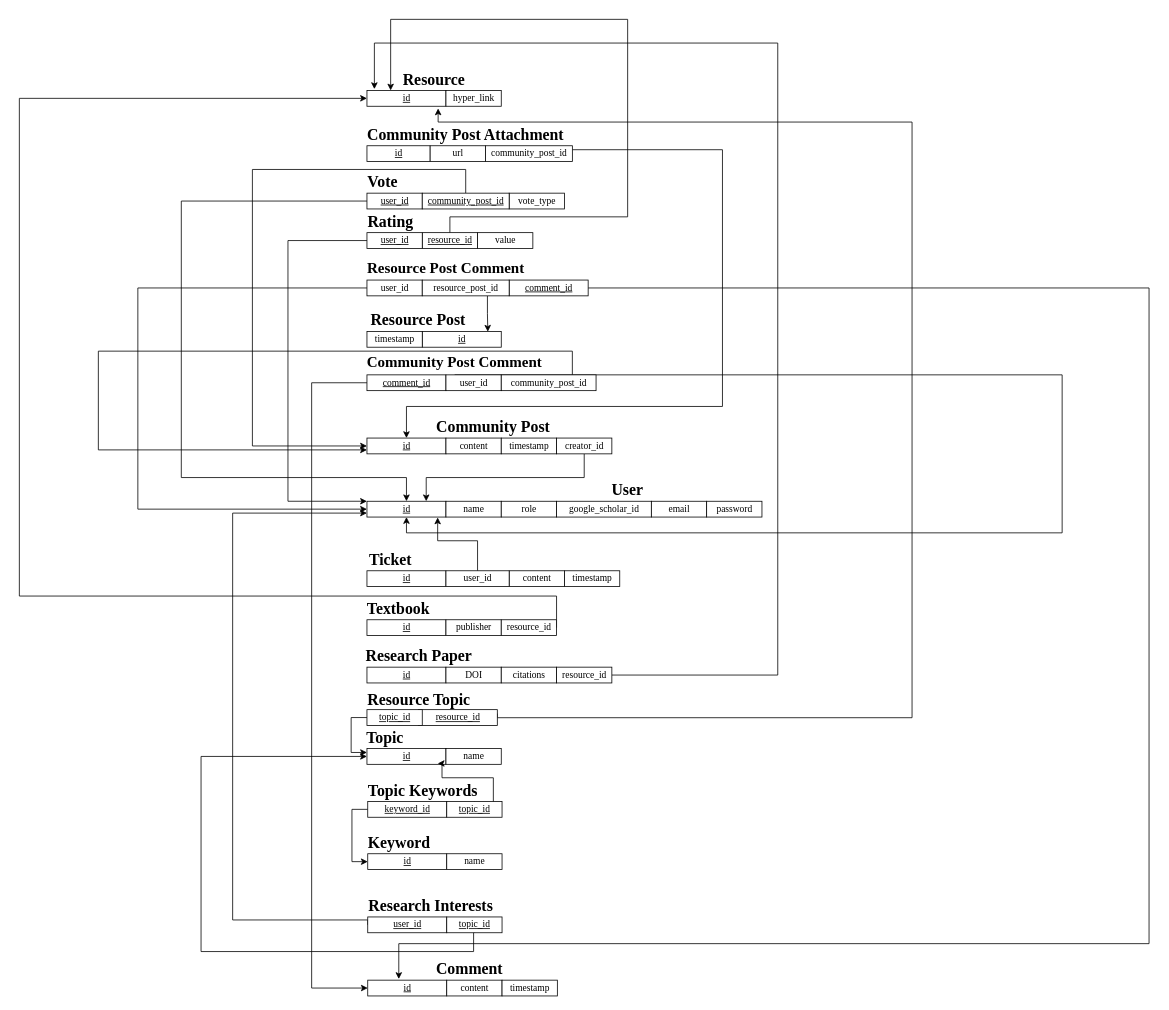
Before: Project Design/Database Schema/Schema.drawio in muhammed-ayman/ScholarStack, a draw.io diagram. Source tidied: cells renumbered, new cells numbered last; positions are measured from the earlier drawing's top-left corner, leaving out a move shared by most shapes. Both pictures are drawn from the tidied source at 79%, with x=0, y=0 at pixel (19, 19).
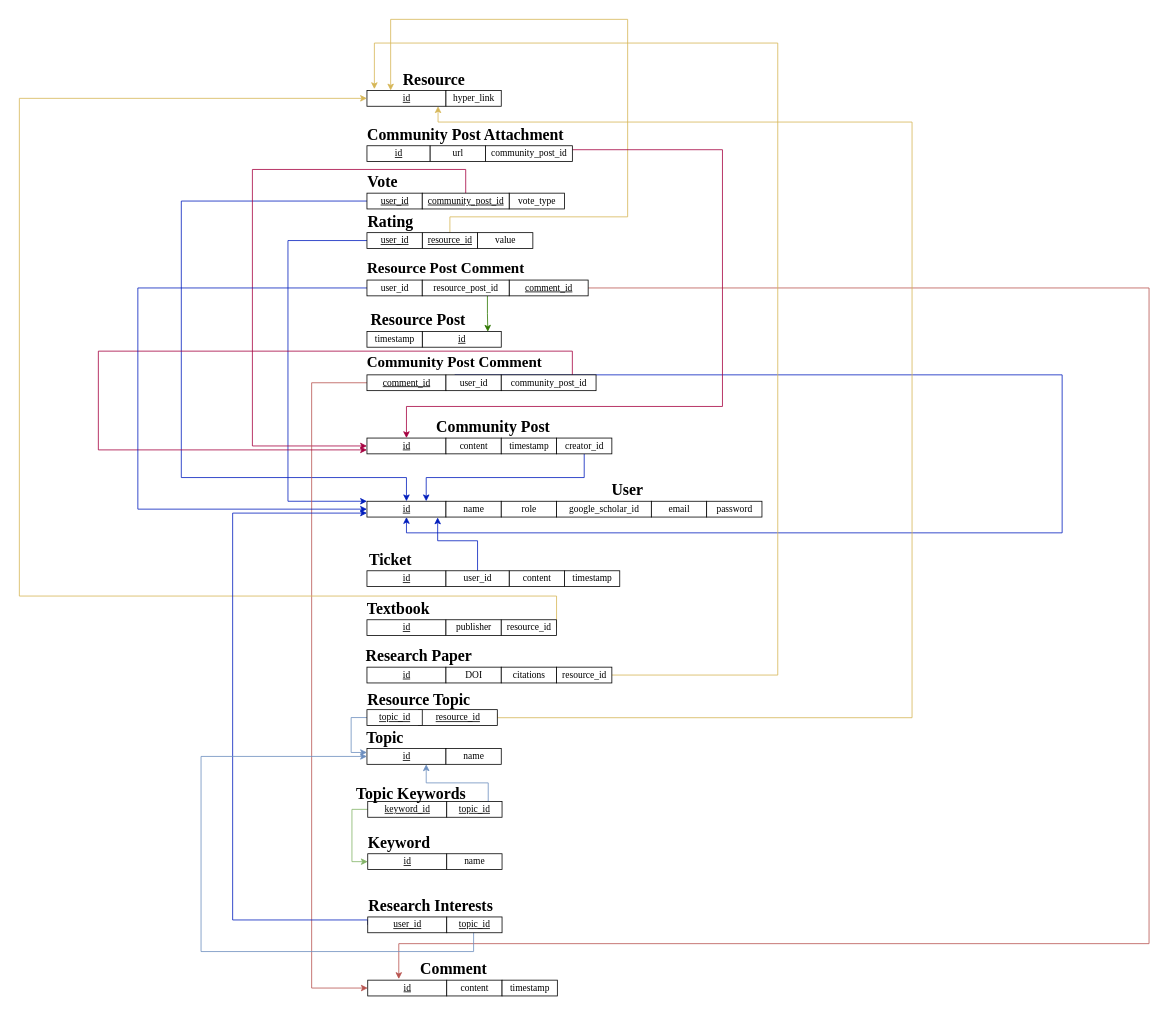
After the change.

The change refers to these unchanged cells:
```xml
<mxCell id="2" value="&lt;span&gt;id&lt;/span&gt;" style="strokeWidth=1;fontStyle=4;html=1;fontFamily=Times New Roman;" parent="1" vertex="1">
<mxCell id="9" value="id" style="strokeWidth=1;fontStyle=4;html=1;fontFamily=Times New Roman;" parent="1" vertex="1">
<mxCell id="13" value="id" style="strokeWidth=1;fontStyle=4;html=1;fontFamily=Times New Roman;" parent="1" vertex="1">
<mxCell id="15" value="Resource" style="text;strokeColor=none;align=center;fillColor=none;html=1;verticalAlign=middle;whiteSpace=wrap;rounded=0;sketch=1;hachureGap=4;jiggle=2;curveFitting=1;fontFamily=Times New Roman;fontSize=20;fontStyle=1;" parent="1" vertex="1">
<mxCell id="16" value="id" style="strokeWidth=1;fontStyle=4;html=1;fontFamily=Times New Roman;" parent="1" vertex="1">
<mxCell id="26" value="id" style="strokeWidth=1;fontStyle=4;html=1;fontFamily=Times New Roman;" parent="1" vertex="1">
<mxCell id="31" value="resource_id" style="strokeWidth=1;fontStyle=4;html=1;fontFamily=Times New Roman;" parent="1" vertex="1">
<mxCell id="34" value="user_id" style="strokeWidth=1;fontStyle=4;html=1;fontFamily=Times New Roman;" parent="1" vertex="1">
<mxCell id="39" value="user_id" style="strokeWidth=1;fontStyle=4;html=1;fontFamily=Times New Roman;" parent="1" vertex="1">
<mxCell id="41" value="community_post_id" style="strokeWidth=1;fontStyle=4;html=1;fontFamily=Times New Roman;" parent="1" vertex="1">
<mxCell id="47" value="user_id" style="strokeWidth=1;fontStyle=0;html=1;fontFamily=Times New Roman;" parent="1" vertex="1">
<mxCell id="49" value="comment_id" style="strokeWidth=1;fontStyle=4;html=1;fontFamily=Times New Roman;" parent="1" vertex="1">
<mxCell id="52" value="Community Post Comment" style="text;strokeColor=none;align=center;fillColor=none;html=1;verticalAlign=middle;whiteSpace=wrap;rounded=0;sketch=1;hachureGap=4;jiggle=2;curveFitting=1;fontFamily=Times New Roman;fontSize=19;fontStyle=1;" parent="1" vertex="1">
<mxCell id="54" value="community_post_id" style="strokeWidth=1;fontStyle=0;html=1;fontFamily=Times New Roman;" parent="1" vertex="1">
<mxCell id="56" value="comment_id" style="strokeWidth=1;fontStyle=4;html=1;fontFamily=Times New Roman;" parent="1" vertex="1">
<mxCell id="58" value="user_id" style="strokeWidth=1;fontStyle=0;html=1;fontFamily=Times New Roman;" parent="1" vertex="1">
<mxCell id="61" value="resource_post_id" style="strokeWidth=1;fontStyle=0;html=1;fontFamily=Times New Roman;" parent="1" vertex="1">
<mxCell id="63" value="resource_id" style="strokeWidth=1;fontStyle=0;html=1;fontFamily=Times New Roman;" parent="1" vertex="1">
<mxCell id="65" value="resource_id" style="strokeWidth=1;fontStyle=0;html=1;fontFamily=Times New Roman;" parent="1" vertex="1">
<mxCell id="67" value="creator_id" style="strokeWidth=1;fontStyle=0;html=1;fontFamily=Times New Roman;" parent="1" vertex="1">
<mxCell id="72" value="community_post_id" style="strokeWidth=1;fontStyle=0;html=1;fontFamily=Times New Roman;" parent="1" vertex="1">
<mxCell id="73" value="id" style="strokeWidth=1;fontStyle=4;html=1;fontFamily=Times New Roman;" parent="1" vertex="1">
<mxCell id="76" value="id" style="strokeWidth=1;fontStyle=4;html=1;fontFamily=Times New Roman;" parent="1" vertex="1">
<mxCell id="80" value="keyword_id" style="strokeWidth=1;fontStyle=4;html=1;fontFamily=Times New Roman;" parent="1" vertex="1">
<mxCell id="82" value="topic_id" style="strokeWidth=1;fontStyle=4;html=1;fontFamily=Times New Roman;" parent="1" vertex="1">
<mxCell id="85" value="resource_id" style="strokeWidth=1;fontStyle=4;html=1;fontFamily=Times New Roman;" parent="1" vertex="1">
<mxCell id="87" value="topic_id" style="strokeWidth=1;fontStyle=4;html=1;fontFamily=Times New Roman;" parent="1" vertex="1">
<mxCell id="90" value="user_id" style="strokeWidth=1;fontStyle=4;html=1;fontFamily=Times New Roman;" parent="1" vertex="1">
<mxCell id="92" value="topic_id" style="strokeWidth=1;fontStyle=4;html=1;fontFamily=Times New Roman;" parent="1" vertex="1">
```

Change to the diagram source:
```diff
@@
     <mxCell id="28" value="Comment" style="text;strokeColor=none;align=center;fillColor=none;html=1;verticalAlign=middle;whiteSpace=wrap;rounded=0;sketch=1;hachureGap=4;jiggle=2;curveFitting=1;fontFamily=Times New Roman;fontSize=20;fontStyle=1;" parent="1" vertex="1">
-      <mxGeometry x="515" y="1186.2" width="110" height="30" as="geometry" />
+      <mxGeometry x="495" y="1186.2" width="110" height="30" as="geometry" />
     </mxCell>
@@
-    <mxCell id="30" style="edgeStyle=orthogonalEdgeStyle;rounded=0;jettySize=auto;html=1;fontFamily=Times New Roman;fontSize=19;exitX=0.5;exitY=0;exitDx=0;exitDy=0;entryX=0;entryY=1;entryDx=0;entryDy=0;" parent="1" edge="1" source="31" target="15">
+    <mxCell id="30" style="edgeStyle=orthogonalEdgeStyle;rounded=0;jettySize=auto;html=1;fontFamily=Times New Roman;fontSize=19;exitX=0.5;exitY=0;exitDx=0;exitDy=0;entryX=0;entryY=1;entryDx=0;entryDy=0;fillColor=#fff2cc;strokeColor=#d6b656;" parent="1" edge="1" source="31" target="15">
       <mxGeometry relative="1" as="geometry">
         <Array as="points">
           <mxPoint x="545" y="250" />
           <mxPoint x="770" y="250" />
           <mxPoint x="770" />
           <mxPoint x="470" />
         </Array>
       </mxGeometry>
     </mxCell>
@@
-    <mxCell id="33" style="edgeStyle=orthogonalEdgeStyle;rounded=0;jettySize=auto;html=1;fontFamily=Times New Roman;fontSize=19;exitX=0;exitY=0.5;exitDx=0;exitDy=0;" parent="1" edge="1" source="34" target="2">
+    <mxCell id="33" style="edgeStyle=orthogonalEdgeStyle;rounded=0;jettySize=auto;html=1;fontFamily=Times New Roman;fontSize=19;exitX=0;exitY=0.5;exitDx=0;exitDy=0;fillColor=#0050ef;strokeColor=#001DBC;" parent="1" edge="1" source="34" target="2">
       <mxGeometry relative="1" as="geometry">
         <Array as="points">
           <mxPoint x="340" y="280" />
           <mxPoint x="340" y="610" />
         </Array>
       </mxGeometry>
     </mxCell>
@@
-    <mxCell id="38" style="edgeStyle=orthogonalEdgeStyle;rounded=0;jettySize=auto;html=1;entryX=0.5;entryY=0;entryDx=0;entryDy=0;fontFamily=Times New Roman;fontSize=19;" parent="1" edge="1" source="39" target="2">
+    <mxCell id="38" style="edgeStyle=orthogonalEdgeStyle;rounded=0;jettySize=auto;html=1;entryX=0.5;entryY=0;entryDx=0;entryDy=0;fontFamily=Times New Roman;fontSize=19;fillColor=#0050ef;strokeColor=#001DBC;" parent="1" edge="1" source="39" target="2">
       <mxGeometry relative="1" as="geometry">
         <Array as="points">
           <mxPoint x="205" y="230" />
           <mxPoint x="205" y="580" />
           <mxPoint x="490" y="580" />
         </Array>
       </mxGeometry>
     </mxCell>
@@
-    <mxCell id="40" style="edgeStyle=orthogonalEdgeStyle;rounded=0;jettySize=auto;html=1;fontFamily=Times New Roman;fontSize=19;" parent="1" edge="1" source="41" target="9">
+    <mxCell id="40" style="edgeStyle=orthogonalEdgeStyle;rounded=0;jettySize=auto;html=1;fontFamily=Times New Roman;fontSize=19;fillColor=#d80073;strokeColor=#A50040;" parent="1" edge="1" source="41" target="9">
       <mxGeometry relative="1" as="geometry">
         <Array as="points">
           <mxPoint x="565" y="190" />
           <mxPoint x="295" y="190" />
           <mxPoint x="295" y="540" />
         </Array>
       </mxGeometry>
     </mxCell>
@@
-    <mxCell id="46" style="edgeStyle=orthogonalEdgeStyle;rounded=0;jettySize=auto;html=1;entryX=0.895;entryY=1.027;entryDx=0;entryDy=0;entryPerimeter=0;fontFamily=Times New Roman;fontSize=19;exitX=0.5;exitY=0;exitDx=0;exitDy=0;" parent="1" edge="1" source="47" target="2">
+    <mxCell id="46" style="edgeStyle=orthogonalEdgeStyle;rounded=0;jettySize=auto;html=1;entryX=0.895;entryY=1.027;entryDx=0;entryDy=0;entryPerimeter=0;fontFamily=Times New Roman;fontSize=19;exitX=0.5;exitY=0;exitDx=0;exitDy=0;fillColor=#0050ef;strokeColor=#001DBC;" parent="1" edge="1" source="47" target="2">
       <mxGeometry relative="1" as="geometry">
         <Array as="points">
           <mxPoint x="580" y="660" />
           <mxPoint x="530" y="660" />
         </Array>
       </mxGeometry>
     </mxCell>
@@
-    <mxCell id="48" style="edgeStyle=orthogonalEdgeStyle;rounded=0;jettySize=auto;html=1;entryX=0;entryY=0.5;entryDx=0;entryDy=0;fontFamily=Times New Roman;fontSize=16;exitX=0;exitY=0.5;exitDx=0;exitDy=0;horizontal=0;" parent="1" edge="1" source="49" target="26">
+    <mxCell id="48" style="edgeStyle=orthogonalEdgeStyle;rounded=0;jettySize=auto;html=1;entryX=0;entryY=0.5;entryDx=0;entryDy=0;fontFamily=Times New Roman;fontSize=16;exitX=0;exitY=0.5;exitDx=0;exitDy=0;horizontal=0;fillColor=#f8cecc;strokeColor=#b85450;fontStyle=1;" parent="1" edge="1" source="49" target="26">
       <mxGeometry relative="1" as="geometry">
         <Array as="points">
           <mxPoint x="370" y="460" />
           <mxPoint x="370" y="1226" />
         </Array>
       </mxGeometry>
     </mxCell>
@@
-    <mxCell id="50" style="edgeStyle=orthogonalEdgeStyle;rounded=0;jettySize=auto;html=1;entryX=0.5;entryY=1;entryDx=0;entryDy=0;fontFamily=Times New Roman;fontSize=19;exitX=0.5;exitY=1;exitDx=0;exitDy=0;" parent="1" edge="1" source="52" target="2">
+    <mxCell id="50" style="edgeStyle=orthogonalEdgeStyle;rounded=0;jettySize=auto;html=1;entryX=0.5;entryY=1;entryDx=0;entryDy=0;fontFamily=Times New Roman;fontSize=19;exitX=0.5;exitY=1;exitDx=0;exitDy=0;fillColor=#0050ef;strokeColor=#001DBC;" parent="1" edge="1" source="52" target="2">
       <mxGeometry relative="1" as="geometry">
         <Array as="points">
           <mxPoint x="1320" y="650" />
           <mxPoint x="490" y="650" />
         </Array>
       </mxGeometry>
     </mxCell>
@@
-    <mxCell id="53" style="edgeStyle=orthogonalEdgeStyle;rounded=0;jettySize=auto;html=1;fontFamily=Times New Roman;fontSize=19;exitX=0.75;exitY=0;exitDx=0;exitDy=0;entryX=0;entryY=0.75;entryDx=0;entryDy=0;" parent="1" edge="1" source="54" target="9">
+    <mxCell id="53" style="edgeStyle=orthogonalEdgeStyle;rounded=0;jettySize=auto;html=1;fontFamily=Times New Roman;fontSize=19;exitX=0.75;exitY=0;exitDx=0;exitDy=0;entryX=0;entryY=0.75;entryDx=0;entryDy=0;fillColor=#d80073;strokeColor=#A50040;" parent="1" edge="1" source="54" target="9">
       <mxGeometry relative="1" as="geometry">
         <Array as="points">
           <mxPoint x="700" y="420" />
           <mxPoint x="100" y="420" />
           <mxPoint x="100" y="545" />
         </Array>
       </mxGeometry>
     </mxCell>
@@
-    <mxCell id="55" style="edgeStyle=orthogonalEdgeStyle;rounded=0;jettySize=auto;html=1;exitX=1;exitY=0.5;exitDx=0;exitDy=0;fontFamily=Times New Roman;entryX=0.393;entryY=-0.072;entryDx=0;entryDy=0;entryPerimeter=0;" parent="1" edge="1" source="56" target="26">
+    <mxCell id="55" style="edgeStyle=orthogonalEdgeStyle;rounded=0;jettySize=auto;html=1;exitX=1;exitY=0.5;exitDx=0;exitDy=0;fontFamily=Times New Roman;entryX=0.393;entryY=-0.072;entryDx=0;entryDy=0;entryPerimeter=0;fillColor=#f8cecc;strokeColor=#b85450;" parent="1" edge="1" source="56" target="26">
       <mxGeometry relative="1" as="geometry">
         <Array as="points">
           <mxPoint x="1430" y="340" />
           <mxPoint x="1430" y="1170" />
           <mxPoint x="480" y="1170" />
         </Array>
       </mxGeometry>
     </mxCell>
@@
-    <mxCell id="57" style="edgeStyle=orthogonalEdgeStyle;rounded=0;jettySize=auto;html=1;fontFamily=Times New Roman;fontSize=19;exitX=0;exitY=0.5;exitDx=0;exitDy=0;" parent="1" edge="1" source="58">
+    <mxCell id="57" style="edgeStyle=orthogonalEdgeStyle;rounded=0;jettySize=auto;html=1;fontFamily=Times New Roman;fontSize=19;exitX=0;exitY=0.5;exitDx=0;exitDy=0;fillColor=#0050ef;strokeColor=#001DBC;" parent="1" edge="1" source="58">
       <mxGeometry relative="1" as="geometry">
         <mxPoint x="440" y="620" as="targetPoint" />
         <Array as="points">
           <mxPoint x="150" y="340" />
           <mxPoint x="150" y="620" />
         </Array>
       </mxGeometry>
     </mxCell>
@@
-    <mxCell id="60" style="edgeStyle=orthogonalEdgeStyle;rounded=0;jettySize=auto;html=1;exitX=0.75;exitY=1;exitDx=0;exitDy=0;entryX=0.83;entryY=0.018;entryDx=0;entryDy=0;entryPerimeter=0;" parent="1" edge="1" source="61" target="16">
+    <mxCell id="60" style="edgeStyle=orthogonalEdgeStyle;rounded=0;jettySize=auto;html=1;exitX=0.75;exitY=1;exitDx=0;exitDy=0;entryX=0.83;entryY=0.018;entryDx=0;entryDy=0;entryPerimeter=0;fillColor=#60a917;strokeColor=#2D7600;" parent="1" edge="1" source="61" target="16">
       <mxGeometry relative="1" as="geometry" />
     </mxCell>
@@
-    <mxCell id="62" style="edgeStyle=orthogonalEdgeStyle;rounded=0;jettySize=auto;html=1;entryX=0.094;entryY=-0.087;entryDx=0;entryDy=0;fontFamily=Times New Roman;fontSize=19;exitX=1;exitY=0.5;exitDx=0;exitDy=0;entryPerimeter=0;" parent="1" edge="1" source="63" target="13">
+    <mxCell id="62" style="edgeStyle=orthogonalEdgeStyle;rounded=0;jettySize=auto;html=1;entryX=0.094;entryY=-0.087;entryDx=0;entryDy=0;fontFamily=Times New Roman;fontSize=19;exitX=1;exitY=0.5;exitDx=0;exitDy=0;entryPerimeter=0;fillColor=#fff2cc;strokeColor=#d6b656;" parent="1" edge="1" source="63" target="13">
       <mxGeometry relative="1" as="geometry">
         <Array as="points">
           <mxPoint x="960" y="830" />
           <mxPoint x="960" y="30" />
           <mxPoint x="449" y="30" />
         </Array>
       </mxGeometry>
     </mxCell>
@@
-    <mxCell id="64" style="edgeStyle=orthogonalEdgeStyle;rounded=0;jettySize=auto;html=1;entryX=0;entryY=0.5;entryDx=0;entryDy=0;fontFamily=Times New Roman;fontSize=19;exitX=1;exitY=0.5;exitDx=0;exitDy=0;" parent="1" edge="1" source="65" target="13">
+    <mxCell id="64" style="edgeStyle=orthogonalEdgeStyle;rounded=0;jettySize=auto;html=1;entryX=0;entryY=0.5;entryDx=0;entryDy=0;fontFamily=Times New Roman;fontSize=19;exitX=1;exitY=0.5;exitDx=0;exitDy=0;fillColor=#fff2cc;strokeColor=#d6b656;" parent="1" edge="1" source="65" target="13">
       <mxGeometry relative="1" as="geometry">
         <Array as="points">
           <mxPoint x="680" y="730" />
           <mxPoint y="730" />
           <mxPoint y="100" />
         </Array>
       </mxGeometry>
     </mxCell>
@@
-    <mxCell id="66" style="edgeStyle=orthogonalEdgeStyle;rounded=0;jettySize=auto;html=1;entryX=0.75;entryY=0;entryDx=0;entryDy=0;fontFamily=Times New Roman;fontSize=19;exitX=0.5;exitY=1;exitDx=0;exitDy=0;" parent="1" edge="1" source="67" target="2">
+    <mxCell id="66" style="edgeStyle=orthogonalEdgeStyle;rounded=0;jettySize=auto;html=1;entryX=0.75;entryY=0;entryDx=0;entryDy=0;fontFamily=Times New Roman;fontSize=19;exitX=0.5;exitY=1;exitDx=0;exitDy=0;fillColor=#0050ef;strokeColor=#001DBC;" parent="1" edge="1" source="67" target="2">
       <mxGeometry relative="1" as="geometry" />
     </mxCell>
@@
-    <mxCell id="71" style="edgeStyle=orthogonalEdgeStyle;rounded=0;jettySize=auto;html=1;exitX=1;exitY=0.25;exitDx=0;exitDy=0;entryX=0.5;entryY=0;entryDx=0;entryDy=0;fontFamily=Times New Roman;" parent="1" edge="1" source="72" target="9">
+    <mxCell id="71" style="edgeStyle=orthogonalEdgeStyle;rounded=0;jettySize=auto;html=1;exitX=1;exitY=0.25;exitDx=0;exitDy=0;entryX=0.5;entryY=0;entryDx=0;entryDy=0;fontFamily=Times New Roman;fillColor=#d80073;strokeColor=#A50040;" parent="1" edge="1" source="72" target="9">
       <mxGeometry relative="1" as="geometry">
         <Array as="points">
           <mxPoint x="890" y="165" />
           <mxPoint x="890" y="490" />
           <mxPoint x="490" y="490" />
         </Array>
       </mxGeometry>
     </mxCell>
@@
-    <mxCell id="79" style="edgeStyle=orthogonalEdgeStyle;rounded=0;jettySize=auto;html=1;exitX=0;exitY=0.5;exitDx=0;exitDy=0;entryX=0;entryY=0.5;entryDx=0;entryDy=0;fontFamily=Times New Roman;" parent="1" edge="1" source="80" target="76">
+    <mxCell id="79" style="edgeStyle=orthogonalEdgeStyle;rounded=0;jettySize=auto;html=1;exitX=0;exitY=0.5;exitDx=0;exitDy=0;entryX=0;entryY=0.5;entryDx=0;entryDy=0;fontFamily=Times New Roman;fillColor=#d5e8d4;strokeColor=#82b366;" parent="1" edge="1" source="80" target="76">
       <mxGeometry relative="1" as="geometry" />
     </mxCell>
@@
-    <mxCell id="81" style="edgeStyle=orthogonalEdgeStyle;rounded=0;jettySize=auto;html=1;exitX=0.5;exitY=0;exitDx=0;exitDy=0;entryX=0.896;entryY=0.946;entryDx=0;entryDy=0;entryPerimeter=0;fontFamily=Times New Roman;" parent="1" edge="1" source="82" target="73">
-      <mxGeometry relative="1" as="geometry">
-        <Array as="points">
-          <mxPoint x="600" y="1006" />
-          <mxPoint x="600" y="960" />
-          <mxPoint x="535" y="960" />
-        </Array>
-      </mxGeometry>
+    <mxCell id="81" style="edgeStyle=orthogonalEdgeStyle;rounded=0;jettySize=auto;html=1;exitX=0.75;exitY=0;exitDx=0;exitDy=0;entryX=0.75;entryY=1;entryDx=0;entryDy=0;fillColor=#dae8fc;strokeColor=#6c8ebf;" parent="1" edge="1" source="82" target="73">
+      <mxGeometry relative="1" as="geometry" />
     </mxCell>
@@
     <mxCell id="83" value="Topic Keywords" style="text;strokeColor=none;align=center;fillColor=none;html=1;verticalAlign=middle;whiteSpace=wrap;rounded=0;sketch=1;hachureGap=4;jiggle=2;curveFitting=1;fontFamily=Times New Roman;fontSize=20;fontStyle=1;" parent="1" vertex="1">
-      <mxGeometry x="431" y="960" width="160" height="30" as="geometry" />
+      <mxGeometry x="421" y="970" width="150" height="20" as="geometry" />
     </mxCell>
-    <mxCell id="84" style="edgeStyle=orthogonalEdgeStyle;rounded=0;jettySize=auto;html=1;exitX=1;exitY=0.25;exitDx=0;exitDy=0;entryX=0.901;entryY=1.139;entryDx=0;entryDy=0;fontFamily=Times New Roman;entryPerimeter=0;" parent="1" edge="1" source="85" target="13">
+    <mxCell id="84" style="edgeStyle=orthogonalEdgeStyle;rounded=0;jettySize=auto;html=1;exitX=1;exitY=0.25;exitDx=0;exitDy=0;fontFamily=Times New Roman;fillColor=#fff2cc;strokeColor=#d6b656;" parent="1" edge="1" source="85" target="13">
       <mxGeometry relative="1" as="geometry">
         <Array as="points">
           <mxPoint x="605" y="884" />
           <mxPoint x="1130" y="884" />
           <mxPoint x="1130" y="130" />
           <mxPoint x="530" y="130" />
         </Array>
       </mxGeometry>
     </mxCell>
@@
-    <mxCell id="86" style="edgeStyle=orthogonalEdgeStyle;rounded=0;jettySize=auto;html=1;exitX=0;exitY=0.5;exitDx=0;exitDy=0;fontFamily=Times New Roman;entryX=0;entryY=0.25;entryDx=0;entryDy=0;" parent="1" edge="1" source="87" target="73">
+    <mxCell id="86" style="edgeStyle=orthogonalEdgeStyle;rounded=0;jettySize=auto;html=1;exitX=0;exitY=0.5;exitDx=0;exitDy=0;fontFamily=Times New Roman;entryX=0;entryY=0.25;entryDx=0;entryDy=0;fillColor=#dae8fc;strokeColor=#6c8ebf;" parent="1" edge="1" source="87" target="73">
       <mxGeometry relative="1" as="geometry">
         <Array as="points">
           <mxPoint x="420" y="884" />
           <mxPoint x="420" y="928" />
         </Array>
       </mxGeometry>
     </mxCell>
@@
-    <mxCell id="89" style="edgeStyle=orthogonalEdgeStyle;rounded=0;jettySize=auto;html=1;exitX=0;exitY=0.5;exitDx=0;exitDy=0;entryX=0;entryY=0.75;entryDx=0;entryDy=0;fontFamily=Times New Roman;" parent="1" edge="1" source="90" target="2">
+    <mxCell id="89" style="edgeStyle=orthogonalEdgeStyle;rounded=0;jettySize=auto;html=1;exitX=0;exitY=0.5;exitDx=0;exitDy=0;entryX=0;entryY=0.75;entryDx=0;entryDy=0;fontFamily=Times New Roman;fillColor=#0050ef;strokeColor=#001DBC;" parent="1" edge="1" source="90" target="2">
       <mxGeometry relative="1" as="geometry">
         <Array as="points">
           <mxPoint x="441" y="1140" />
           <mxPoint x="270" y="1140" />
           <mxPoint x="270" y="625" />
         </Array>
       </mxGeometry>
     </mxCell>
@@
-    <mxCell id="91" style="edgeStyle=orthogonalEdgeStyle;rounded=0;jettySize=auto;html=1;exitX=0.5;exitY=1;exitDx=0;exitDy=0;entryX=0;entryY=0.5;entryDx=0;entryDy=0;fontFamily=Times New Roman;" parent="1" edge="1" source="92" target="73">
+    <mxCell id="91" style="edgeStyle=orthogonalEdgeStyle;rounded=0;jettySize=auto;html=1;exitX=0.5;exitY=1;exitDx=0;exitDy=0;entryX=0;entryY=0.5;entryDx=0;entryDy=0;fontFamily=Times New Roman;fillColor=#dae8fc;strokeColor=#6c8ebf;fontStyle=1;" parent="1" edge="1" source="92" target="73">
       <mxGeometry relative="1" as="geometry">
         <Array as="points">
           <mxPoint x="576" y="1150" />
           <mxPoint x="575" y="1150" />
           <mxPoint x="575" y="1180" />
           <mxPoint x="230" y="1180" />
           <mxPoint x="230" y="933" />
         </Array>
       </mxGeometry>
     </mxCell>
```
